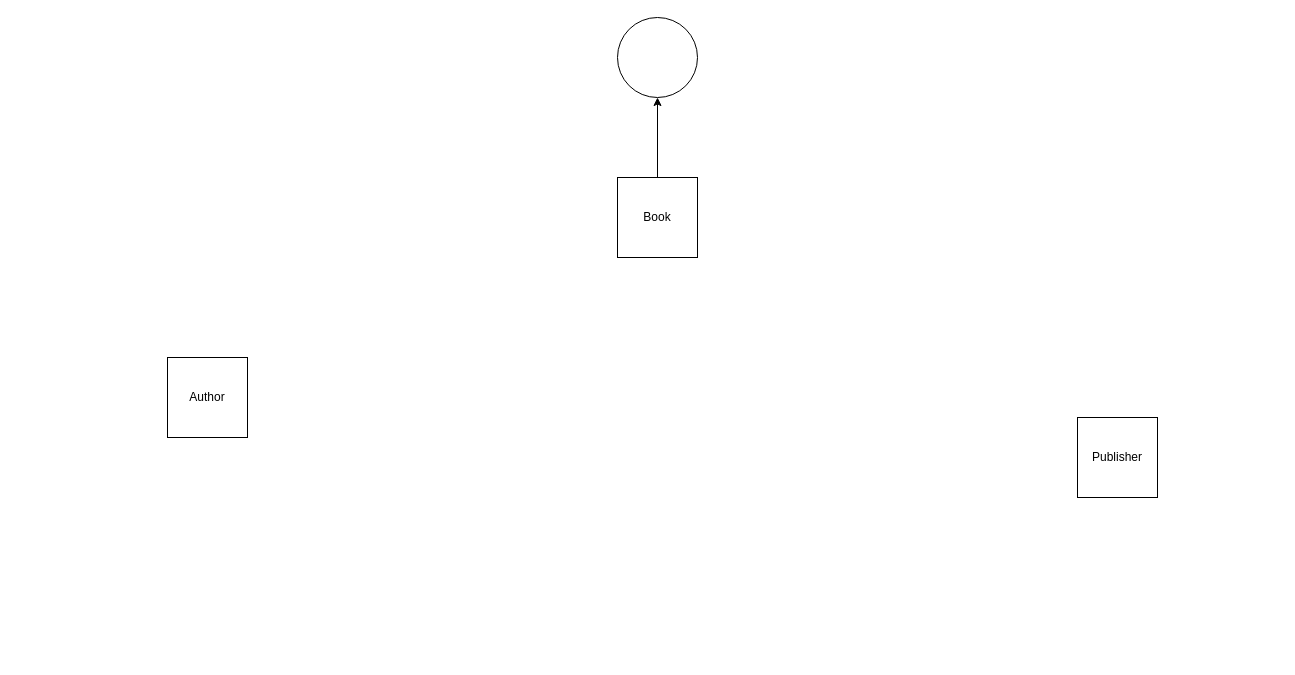
This is teacher/book.drawio from Cheyoung0203/kimbug-training, a draw.io file, before an edit. Source tidied: cells renumbered, new cells numbered last; positions are measured from the earlier drawing's top-left corner, leaving out a move shared by most shapes. Both pictures are drawn from the tidied source at 100%, with x=0, y=0 at pixel (167, 17).
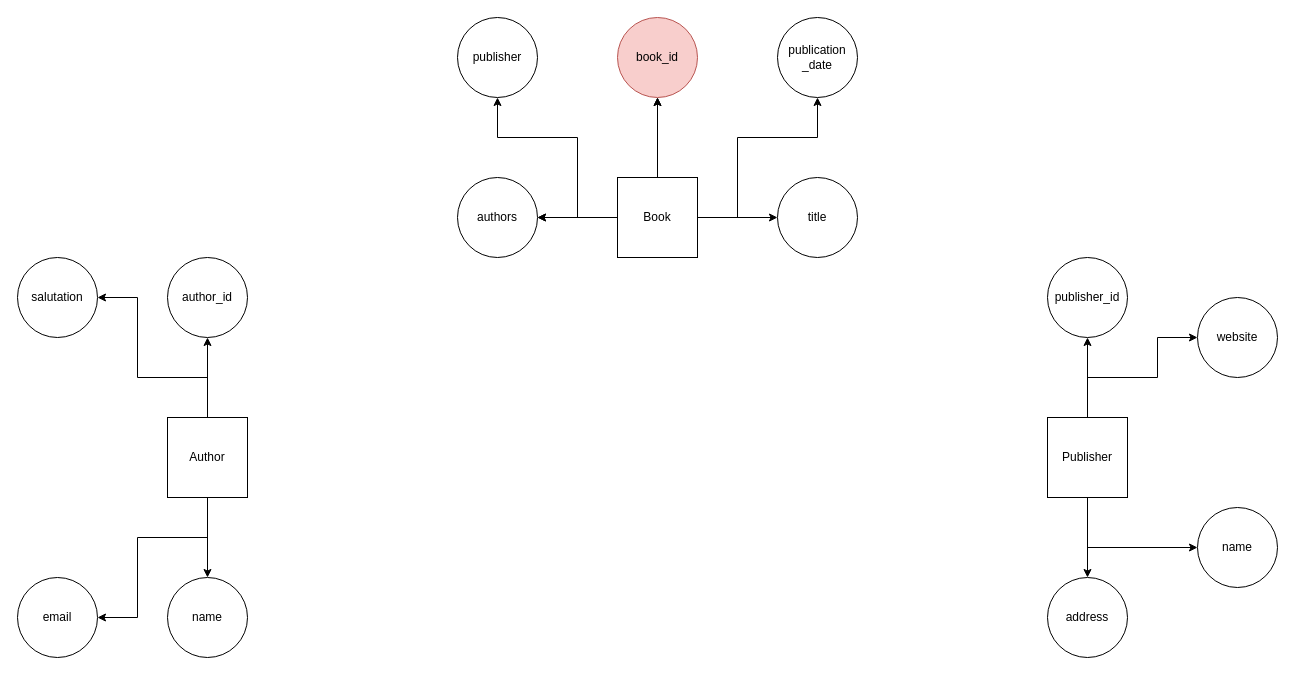
Above is the later version.

Unchanged cells that the change refers to:
```xml
<mxCell id="5" value="Book" style="whiteSpace=wrap;html=1;" parent="1" vertex="1">
  <mxGeometry x="450" y="160" width="80" height="80" as="geometry" />
</mxCell>
```

The edit, as a diff of the source:
```diff
@@
+    <mxCell id="7" style="edgeStyle=orthogonalEdgeStyle;rounded=0;jettySize=auto;html=1;" parent="1" edge="1" source="2" target="29">
+      <mxGeometry relative="1" as="geometry" />
+    </mxCell>
+    <mxCell id="8" style="edgeStyle=orthogonalEdgeStyle;rounded=0;jettySize=auto;html=1;" parent="1" edge="1" source="2" target="30">
+      <mxGeometry relative="1" as="geometry">
+        <Array as="points">
+          <mxPoint x="920" y="530" />
+        </Array>
+      </mxGeometry>
+    </mxCell>
+    <mxCell id="9" style="edgeStyle=orthogonalEdgeStyle;rounded=0;jettySize=auto;html=1;" parent="1" edge="1" source="2" target="31">
+      <mxGeometry relative="1" as="geometry" />
+    </mxCell>
+    <mxCell id="10" style="edgeStyle=orthogonalEdgeStyle;rounded=0;jettySize=auto;html=1;" parent="1" edge="1" source="2">
+      <mxGeometry relative="1" as="geometry">
+        <mxPoint x="1030" y="320" as="targetPoint" />
+        <Array as="points">
+          <mxPoint x="920" y="360" />
+          <mxPoint x="990" y="360" />
+          <mxPoint x="990" y="320" />
+        </Array>
+      </mxGeometry>
+    </mxCell>
     <mxCell id="2" value="Publisher" style="whiteSpace=wrap;html=1;" parent="1" vertex="1">
-      <mxGeometry x="910" y="400" width="80" height="80" as="geometry" />
+      <mxGeometry x="880" y="400" width="80" height="80" as="geometry" />
     </mxCell>
+    <mxCell id="11" style="edgeStyle=orthogonalEdgeStyle;rounded=0;jettySize=auto;html=1;" parent="1" edge="1" source="3" target="25">
+      <mxGeometry relative="1" as="geometry" />
+    </mxCell>
+    <mxCell id="12" style="edgeStyle=orthogonalEdgeStyle;rounded=0;jettySize=auto;html=1;" parent="1" edge="1" source="3" target="26">
+      <mxGeometry relative="1" as="geometry">
+        <Array as="points">
+          <mxPoint x="40" y="360" />
+          <mxPoint x="-30" y="360" />
+          <mxPoint x="-30" y="280" />
+        </Array>
+      </mxGeometry>
+    </mxCell>
+    <mxCell id="13" style="edgeStyle=orthogonalEdgeStyle;rounded=0;jettySize=auto;html=1;" parent="1" edge="1" source="3" target="27">
+      <mxGeometry relative="1" as="geometry" />
+    </mxCell>
+    <mxCell id="14" style="edgeStyle=orthogonalEdgeStyle;rounded=0;jettySize=auto;html=1;" parent="1" edge="1" source="3" target="28">
+      <mxGeometry relative="1" as="geometry">
+        <Array as="points">
+          <mxPoint x="40" y="520" />
+          <mxPoint x="-30" y="520" />
+          <mxPoint x="-30" y="600" />
+        </Array>
+      </mxGeometry>
+    </mxCell>
     <mxCell id="3" value="Author" style="whiteSpace=wrap;html=1;" parent="1" vertex="1">
-      <mxGeometry y="340" width="80" height="80" as="geometry" />
+      <mxGeometry y="400" width="80" height="80" as="geometry" />
     </mxCell>
@@
+    <mxCell id="15" style="edgeStyle=orthogonalEdgeStyle;rounded=0;jettySize=auto;html=1;" parent="1" edge="1" source="5" target="21">
+      <mxGeometry relative="1" as="geometry" />
+    </mxCell>
+    <mxCell id="16" style="edgeStyle=orthogonalEdgeStyle;rounded=0;jettySize=auto;html=1;" parent="1" edge="1" source="5" target="22">
+      <mxGeometry relative="1" as="geometry" />
+    </mxCell>
+    <mxCell id="17" style="edgeStyle=orthogonalEdgeStyle;rounded=0;jettySize=auto;html=1;" parent="1" edge="1" source="5" target="22">
+      <mxGeometry relative="1" as="geometry" />
+    </mxCell>
+    <mxCell id="18" style="edgeStyle=orthogonalEdgeStyle;rounded=0;jettySize=auto;html=1;" parent="1" edge="1" source="5">
+      <mxGeometry relative="1" as="geometry">
+        <mxPoint x="330" y="80" as="targetPoint" />
+        <Array as="points">
+          <mxPoint x="410" y="200" />
+          <mxPoint x="410" y="120" />
+          <mxPoint x="330" y="120" />
+        </Array>
+      </mxGeometry>
+    </mxCell>
+    <mxCell id="19" style="edgeStyle=orthogonalEdgeStyle;rounded=0;jettySize=auto;html=1;" parent="1" edge="1" source="5" target="6">
+      <mxGeometry relative="1" as="geometry" />
+    </mxCell>
+    <mxCell id="20" style="edgeStyle=orthogonalEdgeStyle;rounded=0;jettySize=auto;html=1;" parent="1" edge="1" source="5">
+      <mxGeometry relative="1" as="geometry">
+        <mxPoint x="650" y="80" as="targetPoint" />
+        <Array as="points">
+          <mxPoint x="570" y="200" />
+          <mxPoint x="570" y="120" />
+          <mxPoint x="650" y="120" />
+        </Array>
+      </mxGeometry>
+    </mxCell>
@@
-    <mxCell id="6" style="ellipse;whiteSpace=wrap;html=1;" parent="1" vertex="1">
+    <mxCell id="6" value="book_id" style="ellipse;whiteSpace=wrap;html=1;fillColor=#f8cecc;strokeColor=#b85450;" parent="1" vertex="1">
       <mxGeometry x="450" width="80" height="80" as="geometry" />
     </mxCell>
+    <mxCell id="21" value="title" style="ellipse;whiteSpace=wrap;html=1;" parent="1" vertex="1">
+      <mxGeometry x="610" y="160" width="80" height="80" as="geometry" />
+    </mxCell>
+    <mxCell id="22" value="authors" style="ellipse;whiteSpace=wrap;html=1;" parent="1" vertex="1">
+      <mxGeometry x="290" y="160" width="80" height="80" as="geometry" />
+    </mxCell>
+    <mxCell id="23" value="publisher" style="ellipse;whiteSpace=wrap;html=1;" parent="1" vertex="1">
+      <mxGeometry x="290" width="80" height="80" as="geometry" />
+    </mxCell>
+    <mxCell id="24" value="publication&lt;br&gt;_date" style="ellipse;whiteSpace=wrap;html=1;" parent="1" vertex="1">
+      <mxGeometry x="610" width="80" height="80" as="geometry" />
+    </mxCell>
+    <mxCell id="25" value="author_id" style="ellipse;whiteSpace=wrap;html=1;" parent="1" vertex="1">
+      <mxGeometry y="240" width="80" height="80" as="geometry" />
+    </mxCell>
+    <mxCell id="26" value="salutation" style="ellipse;whiteSpace=wrap;html=1;" parent="1" vertex="1">
+      <mxGeometry x="-150" y="240" width="80" height="80" as="geometry" />
+    </mxCell>
+    <mxCell id="27" value="name" style="ellipse;whiteSpace=wrap;html=1;" parent="1" vertex="1">
+      <mxGeometry y="560" width="80" height="80" as="geometry" />
+    </mxCell>
+    <mxCell id="28" value="email" style="ellipse;whiteSpace=wrap;html=1;" parent="1" vertex="1">
+      <mxGeometry x="-150" y="560" width="80" height="80" as="geometry" />
+    </mxCell>
+    <mxCell id="29" value="publisher_id" style="ellipse;whiteSpace=wrap;html=1;" parent="1" vertex="1">
+      <mxGeometry x="880" y="240" width="80" height="80" as="geometry" />
+    </mxCell>
+    <mxCell id="30" value="name" style="ellipse;whiteSpace=wrap;html=1;" parent="1" vertex="1">
+      <mxGeometry x="1030" y="490" width="80" height="80" as="geometry" />
+    </mxCell>
+    <mxCell id="31" value="address" style="ellipse;whiteSpace=wrap;html=1;" parent="1" vertex="1">
+      <mxGeometry x="880" y="560" width="80" height="80" as="geometry" />
+    </mxCell>
+    <mxCell id="32" value="website" style="ellipse;whiteSpace=wrap;html=1;" parent="1" vertex="1">
+      <mxGeometry x="1030" y="280" width="80" height="80" as="geometry" />
+    </mxCell>
```
